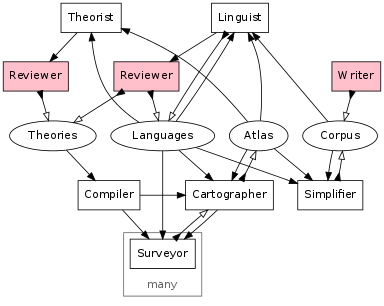
This is doc/architecture.png from fritzo/pomagma, a Graphviz export, as it was before one commit. Its source is kept beside it as doc/architecture.dot.
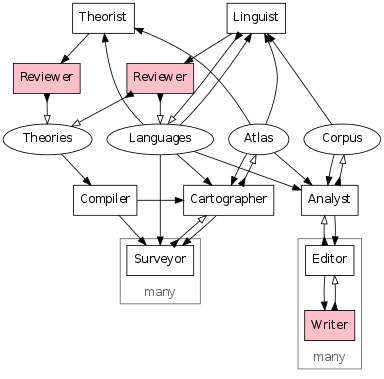
Above is the later version.

What changed in the source:
```diff
@@ -1,82 +1,91 @@
 digraph G {
-	overlap=false;
-	size="4,4";
-	node [shape=box];
+    overlap=false;
+    size="4,4";
+    node [shape=box];
 
 
 
-	Theorist;
-	Linguist;
+    Theorist;
+    Linguist;
     {
         rank="same";
         node [style=filled, fillcolor=pink];
         TheoriesReviewer [label="Reviewer"];
         LanguagesReviewer [label="Reviewer"];
-        Writer;
     }
-	{
-		node [shape=ellipse];
-		Languages;
-		Theories;
-		Atlas;
-		Corpus;
-	}
+    {
+        node [shape=ellipse];
+        Languages;
+        Theories;
+        Atlas;
+        Corpus;
+    }
     Compiler;
-	Simplifier;
+    Analyst;
 
-	subgraph cluster_survey {
-		Surveyor;
+    subgraph cluster_survey {
+        Surveyor;
 
-		color = "#666666";
-		fontcolor = "#666666";
-		label = "many";
-		labelloc = "b";
-	}
+        color = "#666666";
+        fontcolor = "#666666";
+        label = "many";
+        labelloc = "b";
+    }
 
-	{ rank="min"; Linguist; Theorist; }
-	{ rank="same"; Languages; Theories; Atlas; Corpus; }
-	{ rank="same"; Cartographer; Compiler; Simplifier; }
+    subgraph cluster_edit {
+        Editor;
+        Writer [style=filled, fillcolor=pink];
+
+        color = "#666666";
+        fontcolor = "#666666";
+        label = "many";
+        labelloc = "b";
+    }
+
+    { rank="min"; Linguist; Theorist; }
+    { rank="same"; Languages; Theories; Atlas; Corpus; }
+    { rank="same"; Cartographer; Compiler; Analyst; }
 
 
-	edge [dir=forward arrowhead=normal]; // pull
-	Theories -> Compiler;
-	Compiler -> Surveyor;
-	Compiler -> Cartographer;
+    edge [dir=forward arrowhead=normal]; // pull
+    Theories -> Compiler;
+    Compiler -> Surveyor;
+    Compiler -> Cartographer;
 
-	edge [dir=forward arrowhead=normal]; // pull
-	Atlas -> Cartographer;
-	Languages -> Cartographer;
-	Languages -> Surveyor;
-	Cartographer -> Surveyor;
-	edge [dir=both arrowtail=inv arrowhead=empty]; // push
-	Surveyor -> Cartographer;
-	Cartographer -> Atlas;
+    edge [dir=forward arrowhead=normal]; // pull
+    Atlas -> Cartographer;
+    Languages -> Cartographer;
+    Languages -> Surveyor;
+    Cartographer -> Surveyor;
+    edge [dir=both arrowtail=inv arrowhead=empty]; // push
+    Surveyor -> Cartographer;
+    Cartographer -> Atlas;
 
-	edge [dir=forward arrowhead=normal]; // pull
-	Atlas -> Simplifier;
-	Languages -> Simplifier;
-	Corpus -> Simplifier;
-	edge [dir=both arrowtail=inv arrowhead=empty]; // push
-	Simplifier -> Corpus;
+    edge [dir=forward arrowhead=normal]; // pull
+    Atlas -> Analyst;
+    Languages -> Analyst;
+    Corpus -> Analyst;
+    Analyst -> Editor;
+    Editor -> Writer;
+    edge [dir=both arrowtail=inv arrowhead=empty]; // push
+    Analyst -> Corpus;
+    Editor -> Analyst;
+    Writer -> Editor;
 
-	edge [dir=forward arrowhead=normal]; // pull
-	Corpus -> Linguist;
-	Atlas -> Linguist;
-	Languages -> Linguist;
-	Linguist -> LanguagesReviewer;
-	edge [dir=both arrowtail=inv arrowhead=empty]; // push
-	Linguist -> Languages;
-	LanguagesReviewer -> Languages;
-	LanguagesReviewer -> Theories;
+    edge [dir=forward arrowhead=normal]; // pull
+    Corpus -> Linguist;
+    Atlas -> Linguist;
+    Languages -> Linguist;
+    Linguist -> LanguagesReviewer;
+    edge [dir=both arrowtail=inv arrowhead=empty]; // push
+    Linguist -> Languages;
+    LanguagesReviewer -> Languages;
+    LanguagesReviewer -> Theories;
 
-	edge [dir=forward arrowhead=normal]; // pull
-	Atlas -> Theorist;
-	Languages ->  Theorist;
-	Theorist -> TheoriesReviewer;
-	edge [dir=both arrowtail=inv arrowhead=empty]; // push
-	TheoriesReviewer -> Theories;
-
-	edge [dir=forward arrowhead=normal]; // pull
-	edge [dir=both arrowtail=inv arrowhead=empty]; // push
-	Writer -> Corpus;
+    edge [dir=forward arrowhead=normal]; // pull
+    Atlas -> Theorist;
+    Languages ->  Theorist;
+    Theorist -> TheoriesReviewer;
+    edge [dir=both arrowtail=inv arrowhead=empty]; // push
+    TheoriesReviewer -> Theories;
 }
```
